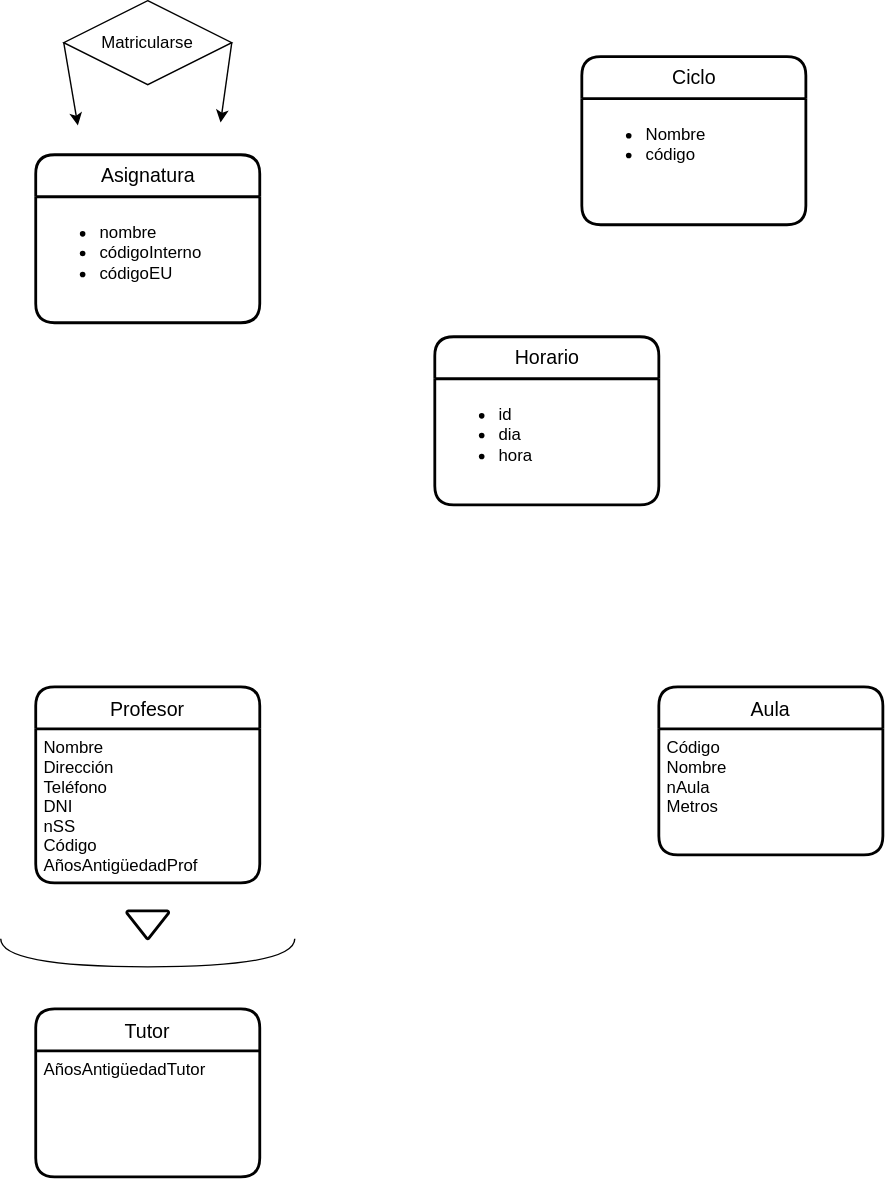
The draw.io diagram UD12-17.svg in Jimxx22/C3-UD11-UML, before a commit. Source tidied: cells renumbered, new cells last; positions are measured from the earlier drawing's top-left corner, leaving out a move shared by most shapes.
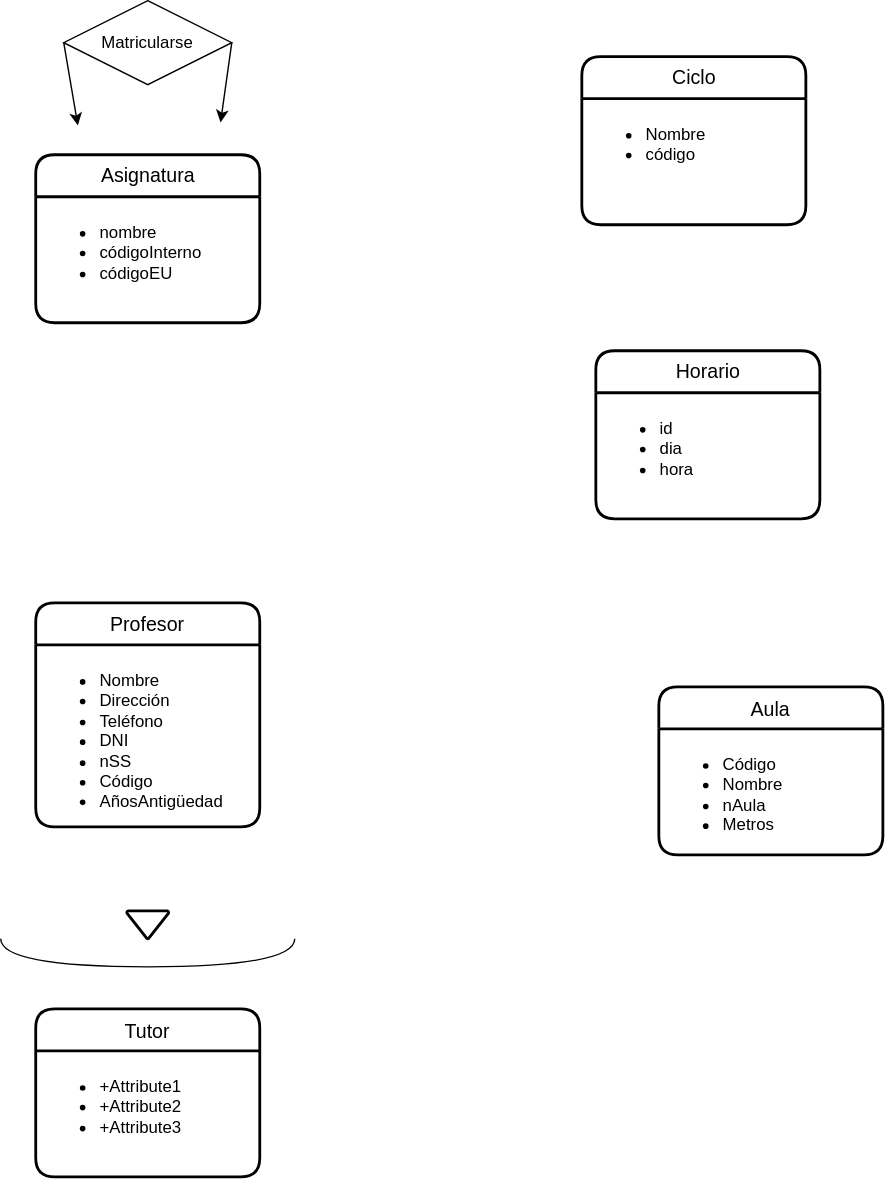
Later version of the same file.

What changed in the source:
```diff
@@ -3,7 +3,7 @@
     <mxCell id="0" />
     <mxCell id="1" parent="0" />
     <mxCell id="2" value="Horario" style="swimlane;horizontal=1;startSize=30;rounded=1;fontSize=14;fontStyle=0;strokeWidth=2;shadow=0;dashed=0;align=center;labelBackgroundColor=none;html=1;" parent="1" vertex="1">
-      <mxGeometry x="310" y="240" width="160" height="120" as="geometry" />
+      <mxGeometry x="425" y="250" width="160" height="120" as="geometry" />
     </mxCell>
     <mxCell id="3" value="&lt;ul&gt;&lt;li&gt;id&lt;/li&gt;&lt;li&gt;dia&lt;/li&gt;&lt;li&gt;hora&lt;/li&gt;&lt;/ul&gt;" style="align=left;strokeColor=none;fillColor=none;spacingLeft=4;fontSize=12;verticalAlign=top;labelBackgroundColor=none;html=1;" parent="2" vertex="1">
       <mxGeometry y="30" width="160" height="90" as="geometry" />
@@ -17,7 +17,7 @@
     <mxCell id="6" value="Aula" style="swimlane;horizontal=1;startSize=30;rounded=1;fontSize=14;fontStyle=0;strokeWidth=2;shadow=0;dashed=0;align=center;" parent="1" vertex="1">
       <mxGeometry x="470" y="490" width="160" height="120" as="geometry" />
     </mxCell>
-    <mxCell id="7" value="Código&#10;Nombre&#10;nAula&#10;Metros&#10;" style="align=left;strokeColor=none;fillColor=none;spacingLeft=4;fontSize=12;verticalAlign=top;" parent="6" vertex="1">
+    <mxCell id="7" value="&lt;ul&gt;&lt;li&gt;Código&lt;/li&gt;&lt;li&gt;Nombre&lt;/li&gt;&lt;li&gt;nAula&lt;/li&gt;&lt;li&gt;Metros&lt;/li&gt;&lt;/ul&gt;" style="align=left;strokeColor=none;fillColor=none;spacingLeft=4;fontSize=12;verticalAlign=top;html=1;" parent="6" vertex="1">
       <mxGeometry y="30" width="160" height="90" as="geometry" />
     </mxCell>
     <mxCell id="8" value="Ciclo" style="swimlane;horizontal=1;startSize=30;rounded=1;fontSize=14;fontStyle=0;strokeWidth=2;shadow=0;dashed=0;align=center;labelBackgroundColor=none;html=1;" parent="1" vertex="1">
@@ -27,15 +27,15 @@
       <mxGeometry y="30" width="160" height="90" as="geometry" />
     </mxCell>
     <mxCell id="10" value="Profesor" style="swimlane;horizontal=1;startSize=30;rounded=1;fontSize=14;fontStyle=0;strokeWidth=2;shadow=0;dashed=0;align=center;" parent="1" vertex="1">
-      <mxGeometry x="25" y="490" width="160" height="140" as="geometry" />
+      <mxGeometry x="25" y="430" width="160" height="160" as="geometry" />
     </mxCell>
-    <mxCell id="11" value="Nombre&#10;Dirección&#10;Teléfono&#10;DNI&#10;nSS&#10;Código&#10;AñosAntigüedadProf&#10;" style="align=left;strokeColor=none;fillColor=none;spacingLeft=4;fontSize=12;verticalAlign=top;" parent="10" vertex="1">
-      <mxGeometry y="30" width="160" height="110" as="geometry" />
+    <mxCell id="11" value="&lt;ul&gt;&lt;li&gt;Nombre&lt;/li&gt;&lt;li&gt;Dirección&lt;/li&gt;&lt;li&gt;Teléfono&lt;/li&gt;&lt;li&gt;DNI&lt;/li&gt;&lt;li&gt;nSS&lt;/li&gt;&lt;li&gt;Código&lt;/li&gt;&lt;li&gt;AñosAntigüedad&lt;/li&gt;&lt;/ul&gt;" style="align=left;strokeColor=none;fillColor=none;spacingLeft=4;fontSize=12;verticalAlign=top;html=1;" parent="10" vertex="1">
+      <mxGeometry y="30" width="160" height="130" as="geometry" />
     </mxCell>
     <mxCell id="12" value="Tutor" style="swimlane;horizontal=1;startSize=30;rounded=1;fontSize=14;fontStyle=0;strokeWidth=2;shadow=0;dashed=0;align=center;" parent="1" vertex="1">
       <mxGeometry x="25" y="720" width="160" height="120" as="geometry" />
     </mxCell>
-    <mxCell id="13" value="AñosAntigüedadTutor" style="align=left;strokeColor=none;fillColor=none;spacingLeft=4;fontSize=12;verticalAlign=top;" parent="12" vertex="1">
+    <mxCell id="13" value="&lt;ul&gt;&lt;li&gt;+Attribute1&lt;/li&gt;&lt;li&gt;+Attribute2&lt;/li&gt;&lt;li&gt;+Attribute3&lt;/li&gt;&lt;/ul&gt;" style="align=left;strokeColor=none;fillColor=none;spacingLeft=4;fontSize=12;verticalAlign=top;html=1;" parent="12" vertex="1">
       <mxGeometry y="30" width="160" height="90" as="geometry" />
     </mxCell>
     <mxCell id="14" style="rounded=0;jettySize=auto;html=1;exitX=0;exitY=0.5;exitDx=0;exitDy=0;entryX=0.188;entryY=-0.008;entryDx=0;entryDy=0;entryPerimeter=0;" parent="1" edge="1" source="16">
```
